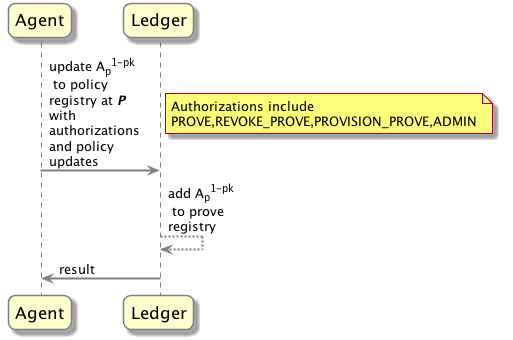
Above: text/dkms/images/04-update-agent-policy-registry.png in hyperledger/indy-hipe (PlantUML), before the change. Its source is kept beside it as text/dkms/puml/04-update-agent-policy-registry.puml.
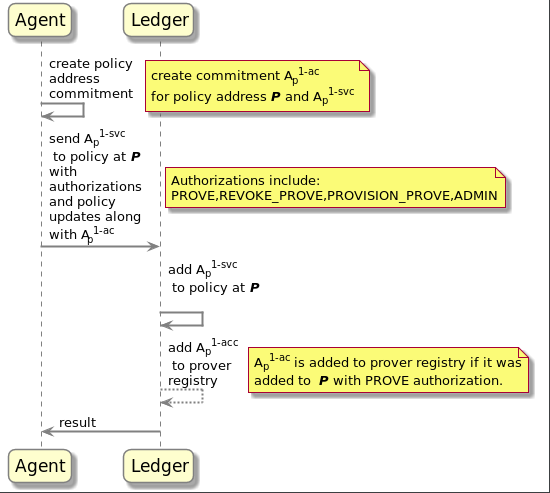
After the change.

Commit message:
updated puml and images related to authorization policy

Diff of the diagram source:
```diff
@@ -17,13 +17,26 @@
 
 participant "Agent" as ag
 participant "Ledger" as le
-ag -> le: update A<sub>p</sub><sup>1-pk</sup> to policy registry at **//P//**\n\
-with authorizations and policy updates
+
+ag -> ag: create policy address commitment
 note right
-	Authorizations include
+    create commitment A<sub>p</sub><sup>1-ac</sup>
+    for policy address  **//P//** and A<sub>p</sub><sup>1-svc</sup>
+end note
+
+ag -> le: send A<sub>p</sub><sup>1-svc</sup> to policy at  **//P//**\n\
+with authorizations and policy updates along with A<sub>p</sub><sup>1-ac</sup>
+note right
+	Authorizations include:
 	PROVE,REVOKE_PROVE,PROVISION_PROVE,ADMIN
 end note
-le --> le: add A<sub>p</sub><sup>1-pk</sup> to prover registry
+le -> le: add A<sub>p</sub><sup>1-svc</sup> to policy at  **//P//**\n\
+
+le --> le: add A<sub>p</sub><sup>1-acc</sup> to prover registry
+note right
+    A<sub>p</sub><sup>1-ac</sup> is added to prover registry if it was
+    added to  **//P//** with PROVE authorization.
+end note
 le -> ag: result
 
 @enduml
```
